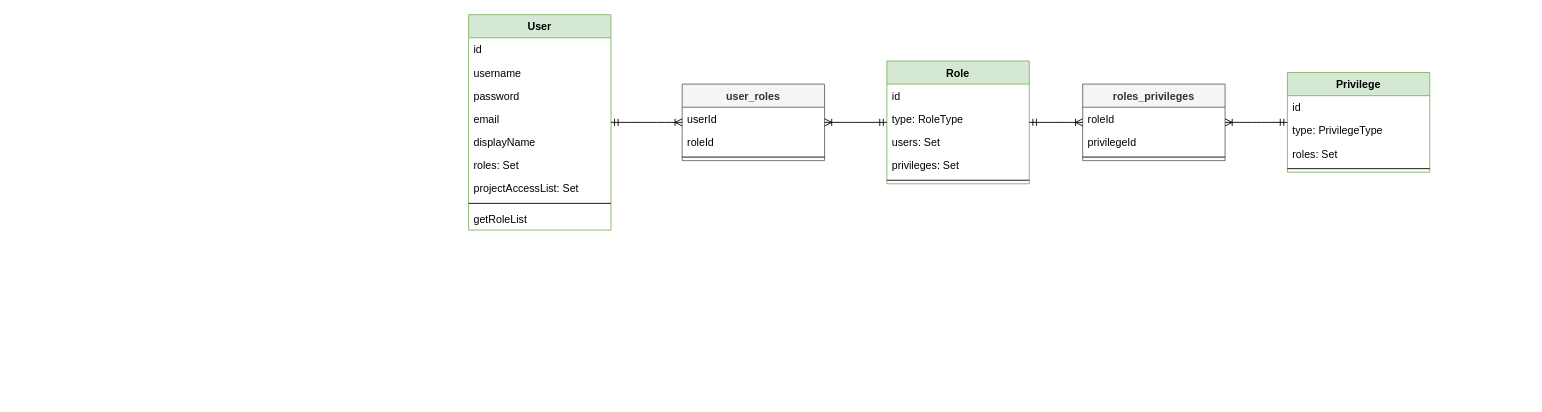
This is docs/3 infrastructure/database model.drawio from StefanRoman3/patent-app, a draw.io file, before an edit. Source tidied: cells renumbered, new cells numbered last; positions are measured from the earlier drawing's top-left corner, leaving out a move shared by most shapes. Both pictures are drawn from the tidied source at 89%, with x=0, y=0 at pixel (468, 14).
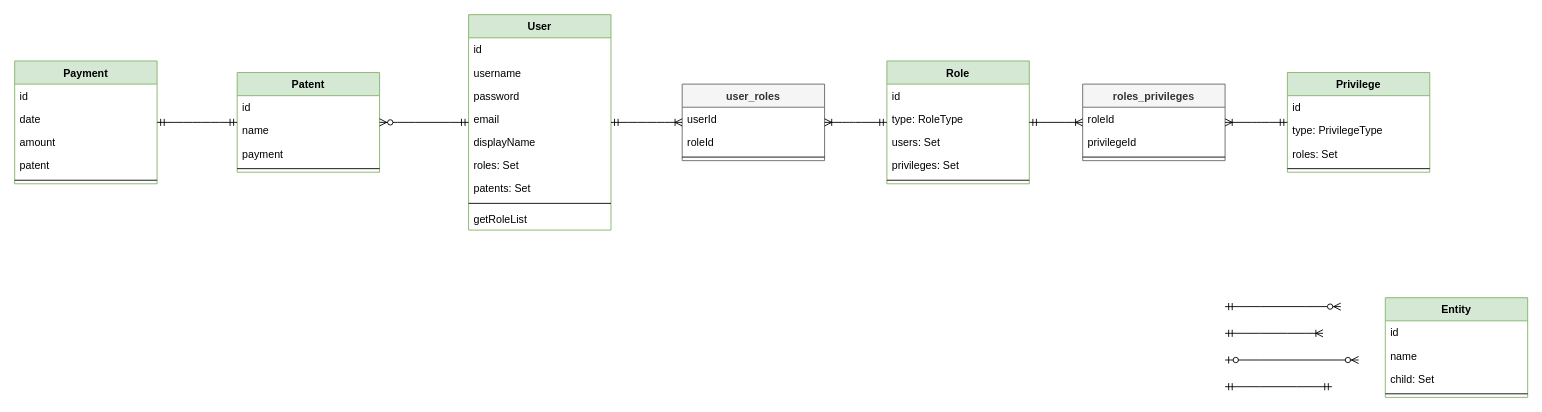
The same diagram, later.

Commit message (it also covers changes not shown here):
code review - add templates for patent

The change refers to these unchanged cells:
```xml
<mxCell id="2" value="User" style="swimlane;fontStyle=1;align=center;verticalAlign=top;horizontal=1;startSize=26;fillColor=#d5e8d4;strokeColor=#82b366;" parent="1" vertex="1">
  <mxGeometry width="160" height="242" as="geometry" />
</mxCell>
```

Diff of the diagram source:
```diff
@@
-    <mxCell id="9" value="projectAccessList: Set" style="text;strokeColor=none;fillColor=none;align=left;verticalAlign=top;spacingLeft=4;spacingRight=4;overflow=hidden;" parent="2" vertex="1">
+    <mxCell id="9" value="patents: Set" style="text;strokeColor=none;fillColor=none;align=left;verticalAlign=top;spacingLeft=4;spacingRight=4;overflow=hidden;" parent="2" vertex="1">
       <mxGeometry y="182" width="160" height="26" as="geometry" />
     </mxCell>
@@
+    <mxCell id="35" style="edgeStyle=entityRelationEdgeStyle;fontSize=12;html=1;endArrow=ERzeroToMany;startArrow=ERzeroToOne;" parent="1" edge="1">
+      <mxGeometry relative="1" as="geometry">
+        <mxPoint x="850" y="388" as="sourcePoint" />
+        <mxPoint x="1000" y="388" as="targetPoint" />
+      </mxGeometry>
+    </mxCell>
+    <mxCell id="36" style="edgeStyle=entityRelationEdgeStyle;fontSize=12;html=1;endArrow=ERzeroToMany;startArrow=ERmandOne;" parent="1" edge="1">
+      <mxGeometry relative="1" as="geometry">
+        <mxPoint x="850" y="328" as="sourcePoint" />
+        <mxPoint x="980" y="328" as="targetPoint" />
+      </mxGeometry>
+    </mxCell>
+    <mxCell id="37" style="edgeStyle=entityRelationEdgeStyle;fontSize=12;html=1;endArrow=ERoneToMany;startArrow=ERmandOne;" parent="1" edge="1">
+      <mxGeometry relative="1" as="geometry">
+        <mxPoint x="850" y="358" as="sourcePoint" />
+        <mxPoint x="960" y="358" as="targetPoint" />
+      </mxGeometry>
+    </mxCell>
+    <mxCell id="38" value="Entity" style="swimlane;fontStyle=1;align=center;verticalAlign=top;horizontal=1;startSize=26;fillColor=#d5e8d4;strokeColor=#82b366;" parent="1" vertex="1">
+      <mxGeometry x="1030" y="318" width="160" height="112" as="geometry" />
+    </mxCell>
+    <mxCell id="39" value="id" style="text;strokeColor=none;fillColor=none;align=left;verticalAlign=top;spacingLeft=4;spacingRight=4;overflow=hidden;" parent="38" vertex="1">
+      <mxGeometry y="26" width="160" height="26" as="geometry" />
+    </mxCell>
+    <mxCell id="40" value="name" style="text;strokeColor=none;fillColor=none;align=left;verticalAlign=top;spacingLeft=4;spacingRight=4;overflow=hidden;" parent="38" vertex="1">
+      <mxGeometry y="52" width="160" height="26" as="geometry" />
+    </mxCell>
+    <mxCell id="41" value="child: Set" style="text;strokeColor=none;fillColor=none;align=left;verticalAlign=top;spacingLeft=4;spacingRight=4;overflow=hidden;" parent="38" vertex="1">
+      <mxGeometry y="78" width="160" height="26" as="geometry" />
+    </mxCell>
+    <mxCell id="42" style="line;strokeWidth=1;fillColor=none;align=left;verticalAlign=middle;spacingTop=-1;spacingLeft=3;spacingRight=3;labelPosition=right;" parent="38" vertex="1">
+      <mxGeometry y="104" width="160" height="8" as="geometry" />
+    </mxCell>
+    <mxCell id="43" style="edgeStyle=entityRelationEdgeStyle;fontSize=12;html=1;endArrow=ERmandOne;startArrow=ERmandOne;" parent="1" edge="1">
+      <mxGeometry relative="1" as="geometry">
+        <mxPoint x="850" y="418" as="sourcePoint" />
+        <mxPoint x="970" y="418" as="targetPoint" />
+      </mxGeometry>
+    </mxCell>
+    <mxCell id="44" value="Patent" style="swimlane;fontStyle=1;align=center;verticalAlign=top;horizontal=1;startSize=26;fillColor=#d5e8d4;strokeColor=#82b366;" parent="1" vertex="1">
+      <mxGeometry x="-260" y="65" width="160" height="112" as="geometry" />
+    </mxCell>
+    <mxCell id="45" value="id" style="text;strokeColor=none;fillColor=none;align=left;verticalAlign=top;spacingLeft=4;spacingRight=4;overflow=hidden;" parent="44" vertex="1">
+      <mxGeometry y="26" width="160" height="26" as="geometry" />
+    </mxCell>
+    <mxCell id="46" value="name" style="text;strokeColor=none;fillColor=none;align=left;verticalAlign=top;spacingLeft=4;spacingRight=4;overflow=hidden;" parent="44" vertex="1">
+      <mxGeometry y="52" width="160" height="26" as="geometry" />
+    </mxCell>
+    <mxCell id="47" value="payment" style="text;strokeColor=none;fillColor=none;align=left;verticalAlign=top;spacingLeft=4;spacingRight=4;overflow=hidden;" parent="44" vertex="1">
+      <mxGeometry y="78" width="160" height="26" as="geometry" />
+    </mxCell>
+    <mxCell id="48" style="line;strokeWidth=1;fillColor=none;align=left;verticalAlign=middle;spacingTop=-1;spacingLeft=3;spacingRight=3;labelPosition=right;" parent="44" vertex="1">
+      <mxGeometry y="104" width="160" height="8" as="geometry" />
+    </mxCell>
+    <mxCell id="49" value="Payment" style="swimlane;fontStyle=1;align=center;verticalAlign=top;horizontal=1;startSize=26;fillColor=#d5e8d4;strokeColor=#82b366;" parent="1" vertex="1">
+      <mxGeometry x="-510" y="52" width="160" height="138" as="geometry" />
+    </mxCell>
+    <mxCell id="50" value="id" style="text;strokeColor=none;fillColor=none;align=left;verticalAlign=top;spacingLeft=4;spacingRight=4;overflow=hidden;" parent="49" vertex="1">
+      <mxGeometry y="26" width="160" height="26" as="geometry" />
+    </mxCell>
+    <mxCell id="51" value="date" style="text;strokeColor=none;fillColor=none;align=left;verticalAlign=top;spacingLeft=4;spacingRight=4;overflow=hidden;" parent="49" vertex="1">
+      <mxGeometry y="52" width="160" height="26" as="geometry" />
+    </mxCell>
+    <mxCell id="52" value="amount" style="text;strokeColor=none;fillColor=none;align=left;verticalAlign=top;spacingLeft=4;spacingRight=4;overflow=hidden;" parent="49" vertex="1">
+      <mxGeometry y="78" width="160" height="26" as="geometry" />
+    </mxCell>
+    <mxCell id="53" value="patent" style="text;strokeColor=none;fillColor=none;align=left;verticalAlign=top;spacingLeft=4;spacingRight=4;overflow=hidden;" parent="49" vertex="1">
+      <mxGeometry y="104" width="160" height="26" as="geometry" />
+    </mxCell>
+    <mxCell id="54" style="line;strokeWidth=1;fillColor=none;align=left;verticalAlign=middle;spacingTop=-1;spacingLeft=3;spacingRight=3;labelPosition=right;" parent="49" vertex="1">
+      <mxGeometry y="130" width="160" height="8" as="geometry" />
+    </mxCell>
+    <mxCell id="55" style="edgeStyle=entityRelationEdgeStyle;fontSize=12;html=1;endArrow=ERzeroToMany;startArrow=ERmandOne;" parent="1" edge="1" source="2" target="44">
+      <mxGeometry relative="1" as="geometry" />
+    </mxCell>
+    <mxCell id="56" style="edgeStyle=entityRelationEdgeStyle;fontSize=12;html=1;endArrow=ERmandOne;startArrow=ERmandOne;" parent="1" edge="1" source="49" target="44">
+      <mxGeometry relative="1" as="geometry" />
+    </mxCell>
```
